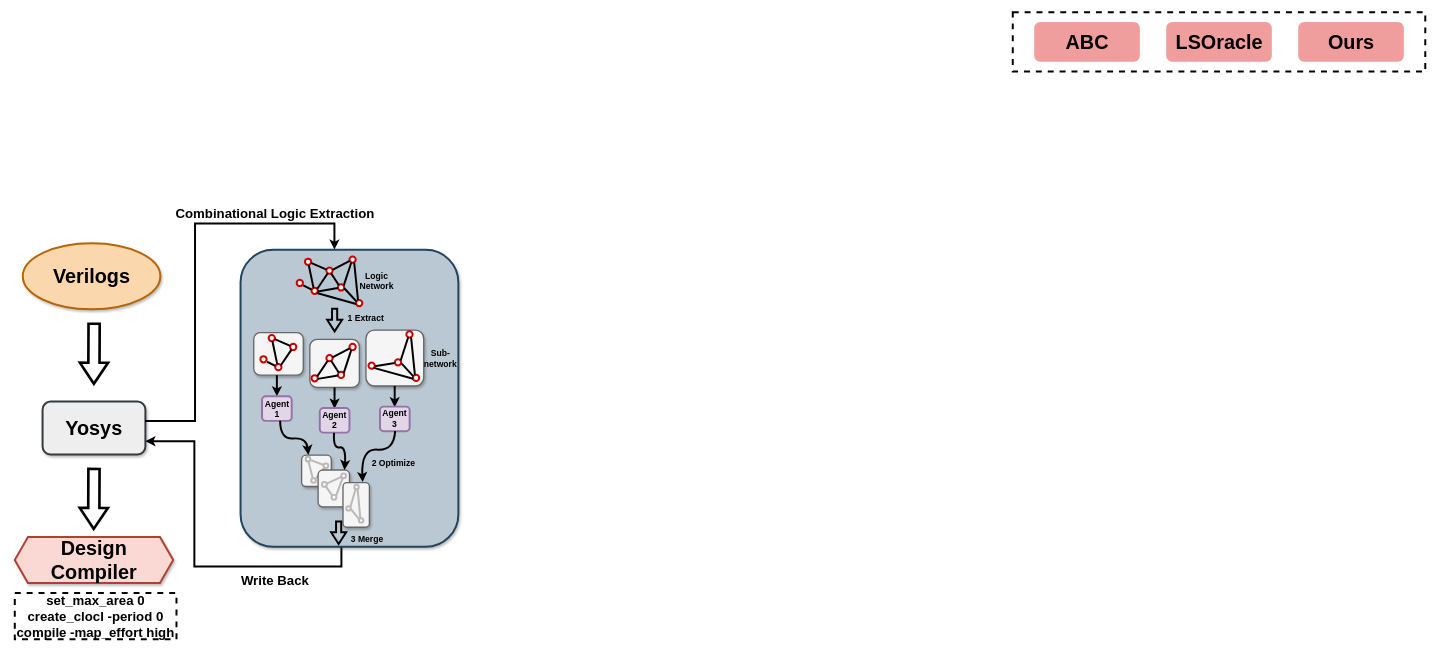
Before: experimentFlow.drawio in kxzhu0505/LogicSynOpt, a draw.io diagram. Source tidied: cells renumbered, new cells numbered last; positions are measured from the earlier drawing's top-left corner, leaving out a move shared by most shapes. Both pictures are drawn from the tidied source at 66%, with x=0, y=0 at pixel (15, 12).
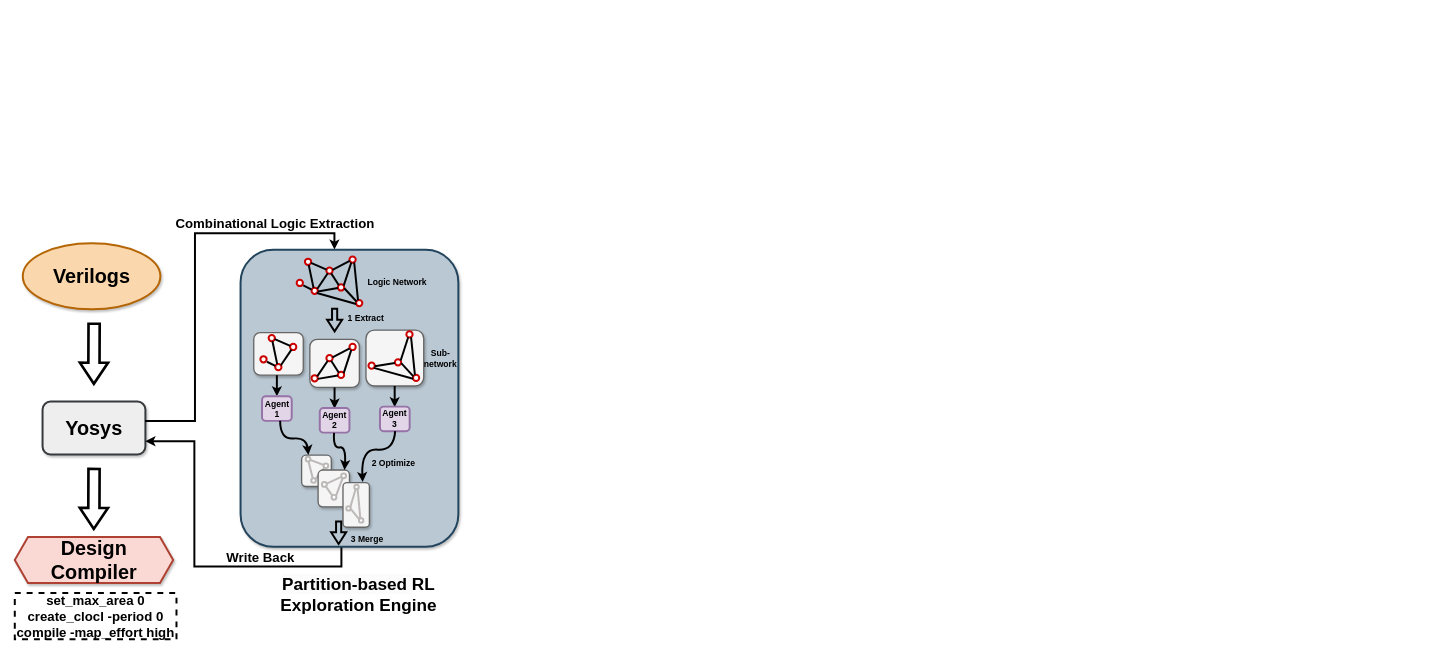
The same diagram, later.

Unchanged cells that the change refers to:
```xml
<mxCell id="9" value="&lt;font size=&quot;1&quot; style=&quot;&quot;&gt;&lt;b style=&quot;font-size: 30px;&quot;&gt;Yosys&lt;/b&gt;&lt;/font&gt;" style="rounded=1;whiteSpace=wrap;html=1;fillColor=#eeeeee;strokeColor=#36393d;strokeWidth=3;shadow=1;" parent="1" vertex="1">
  <mxGeometry x="42" y="590" width="155.8" height="80" as="geometry" />
</mxCell>
<mxCell id="14" style="rounded=1;whiteSpace=wrap;html=1;fillColor=#bac8d3;strokeColor=#23445d;strokeWidth=3;shadow=1;" parent="13" vertex="1">
  <mxGeometry x="-20" y="-10" width="330" height="450" as="geometry" />
</mxCell>
```

What changed in the source:
```diff
@@
-    <mxCell id="4" style="rounded=0;whiteSpace=wrap;html=1;dashed=1;perimeterSpacing=3;strokeWidth=3;" parent="1" vertex="1">
-      <mxGeometry x="1512" width="625" height="90" as="geometry" />
-    </mxCell>
-    <mxCell id="5" value="&lt;font face=&quot;Helvetica&quot; style=&quot;font-size: 30px;&quot;&gt;&lt;b style=&quot;&quot;&gt;ABC&lt;/b&gt;&lt;/font&gt;" style="rounded=1;whiteSpace=wrap;html=1;fillColor=#f09d9d;strokeColor=none;" parent="1" vertex="1">
-      <mxGeometry x="1544.5" y="15" width="160" height="60" as="geometry" />
-    </mxCell>
-    <mxCell id="6" value="&lt;font face=&quot;Helvetica&quot; style=&quot;font-size: 30px;&quot;&gt;&lt;b style=&quot;&quot;&gt;LSOracle&lt;/b&gt;&lt;/font&gt;" style="rounded=1;whiteSpace=wrap;html=1;fillColor=#f09d9d;strokeColor=none;" parent="1" vertex="1">
-      <mxGeometry x="1744.5" y="15" width="160" height="60" as="geometry" />
-    </mxCell>
-    <mxCell id="7" value="&lt;font face=&quot;Helvetica&quot; style=&quot;font-size: 30px;&quot;&gt;&lt;b style=&quot;&quot;&gt;Ours&lt;/b&gt;&lt;/font&gt;" style="rounded=1;whiteSpace=wrap;html=1;fillColor=#f09d9d;strokeColor=none;" parent="1" vertex="1">
-      <mxGeometry x="1944.5" y="15" width="160" height="60" as="geometry" />
-    </mxCell>
@@
     <mxCell id="11" style="shape=flexArrow;endArrow=classic;html=1;rounded=0;strokeWidth=4;endWidth=21.683501683501685;endSize=9.308333333333332;width=13.93939393939394;" parent="1" edge="1">
       <mxGeometry relative="1" as="geometry">
-        <mxPoint x="119.9" y="690" as="sourcePoint" />
-        <mxPoint x="119.5" y="785" as="targetPoint" />
+        <mxPoint x="120" y="690" as="sourcePoint" />
+        <mxPoint x="119.6" y="785" as="targetPoint" />
       </mxGeometry>
     </mxCell>
     <mxCell id="12" style="endArrow=classic;html=1;rounded=0;strokeWidth=3;entryX=0.431;entryY=-0.001;entryDx=0;entryDy=0;entryPerimeter=0;edgeStyle=orthogonalEdgeStyle;exitX=0.997;exitY=0.367;exitDx=0;exitDy=0;exitPerimeter=0;" parent="1" edge="1" source="9" target="14">
       <mxGeometry relative="1" as="geometry">
         <Array as="points">
-          <mxPoint x="273" y="619" />
-          <mxPoint x="273" y="320" />
-          <mxPoint x="484" y="320" />
+          <mxPoint x="272.9" y="619" />
+          <mxPoint x="272.9" y="335" />
+          <mxPoint x="483.9" y="335" />
         </Array>
       </mxGeometry>
     </mxCell>
     <mxCell id="13" style="group;" parent="1" vertex="1">
-      <mxGeometry x="362" y="370" width="310" height="440" as="geometry" />
+      <mxGeometry x="362" y="370" width="370" height="440" as="geometry" />
     </mxCell>
@@
     <mxCell id="62" value="&lt;font size=&quot;1&quot; style=&quot;&quot;&gt;&lt;b style=&quot;font-size: 13px;&quot;&gt;Logic Network&lt;/b&gt;&lt;/font&gt;" style="text;html=1;align=center;verticalAlign=middle;whiteSpace=wrap;rounded=0;" parent="13" vertex="1">
-      <mxGeometry x="160" y="32.2" width="52.5" height="10.2" as="geometry" />
+      <mxGeometry x="170.5" y="26.2" width="92.5" height="25.5" as="geometry" />
     </mxCell>
@@
     <mxCell id="102" value="&lt;font size=&quot;1&quot; style=&quot;&quot;&gt;&lt;b style=&quot;font-size: 20px;&quot;&gt;Combinational&amp;nbsp;Logic Extraction&lt;/b&gt;&lt;/font&gt;" style="text;html=1;align=center;verticalAlign=middle;whiteSpace=wrap;rounded=0;" parent="1" vertex="1">
-      <mxGeometry x="197.7" y="300" width="392.5" height="10.2" as="geometry" />
+      <mxGeometry x="197.8" y="315" width="392.5" height="10.2" as="geometry" />
     </mxCell>
     <mxCell id="103" value="&lt;font size=&quot;1&quot; style=&quot;&quot;&gt;&lt;b style=&quot;font-size: 20px;&quot;&gt;Write Back&lt;/b&gt;&lt;/font&gt;" style="text;html=1;align=center;verticalAlign=middle;whiteSpace=wrap;rounded=0;" parent="1" vertex="1">
-      <mxGeometry x="197.7" y="854.9" width="392.5" height="10.2" as="geometry" />
+      <mxGeometry x="175.9" y="820" width="392.5" height="10.2" as="geometry" />
     </mxCell>
+    <mxCell id="104" value="&lt;font style=&quot;font-size: 26px;&quot;&gt;&lt;b style=&quot;forced-color-adjust: none; color: rgb(0, 0, 0); font-family: Helvetica; font-style: normal; font-variant-ligatures: normal; font-variant-caps: normal; letter-spacing: normal; orphans: 2; text-indent: 0px; text-transform: none; widows: 2; word-spacing: 0px; -webkit-text-stroke-width: 0px; white-space: normal; background-color: rgb(251, 251, 251); text-decoration-thickness: initial; text-decoration-style: initial; text-decoration-color: initial;&quot;&gt;Partition-based&amp;nbsp;&lt;/b&gt;&lt;b style=&quot;&quot;&gt;RL Exploration Engine&lt;/b&gt;&lt;/font&gt;" style="text;whiteSpace=wrap;html=1;align=center;" parent="1" vertex="1">
+      <mxGeometry x="335.9" y="845" width="370" height="60" as="geometry" />
+    </mxCell>
```
